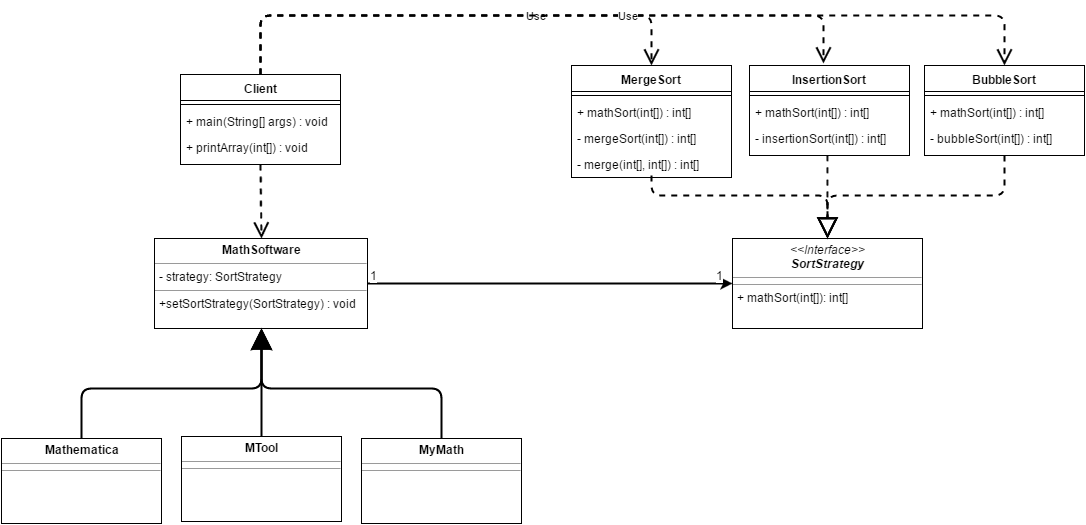
Before: uml_diagram.png, a diagram exported from draw.io (shihrer/esof322.hw2). Source tidied: cells renumbered, new cells last; positions are measured from the earlier drawing's top-left corner, leaving out a move shared by most shapes.
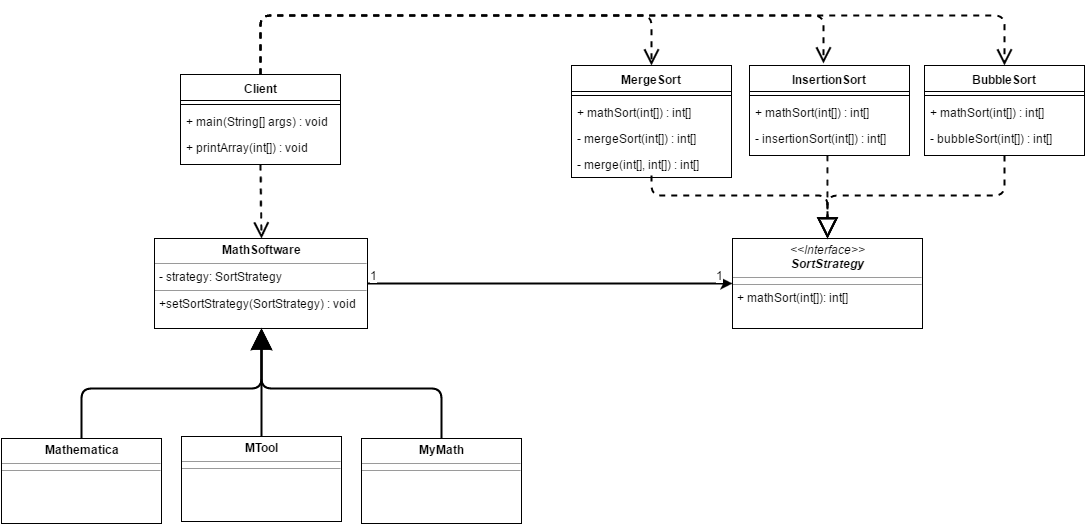
Above is the later version.

Commit message:
Fixed error in UML

The edit, as a diff of the source:
```diff
@@ -127,8 +127,8 @@
         </Array>
       </mxGeometry>
     </mxCell>
-    <mxCell id="35" value="Use" style="endArrow=open;endSize=12;dashed=1;html=1;shadow=0;strokeColor=#000000;strokeWidth=2;entryX=0.463;entryY=-0.022;entryPerimeter=0;exitX=0.5;exitY=0;" parent="1" edge="1" source="10" target="23">
-      <mxGeometry relative="1" as="geometry">
+    <mxCell id="35" style="endArrow=open;endSize=12;dashed=1;html=1;shadow=0;strokeColor=#000000;strokeWidth=2;entryX=0.463;entryY=-0.022;entryPerimeter=0;exitX=0.5;exitY=0;" parent="1" edge="1" source="10" target="23">
+      <mxGeometry y="-48" relative="1" as="geometry">
         <Array as="points">
           <mxPoint x="259" />
           <mxPoint x="396" />
@@ -137,8 +137,8 @@
         </Array>
       </mxGeometry>
     </mxCell>
-    <mxCell id="36" value="Use" style="endArrow=open;endSize=12;dashed=1;html=1;shadow=0;strokeColor=#000000;strokeWidth=2;exitX=0.5;exitY=0;entryX=0.5;entryY=0;" parent="1" edge="1" source="10" target="27">
-      <mxGeometry relative="1" as="geometry">
+    <mxCell id="36" style="endArrow=open;endSize=12;dashed=1;html=1;shadow=0;strokeColor=#000000;strokeWidth=2;exitX=0.5;exitY=0;entryX=0.5;entryY=0;" parent="1" edge="1" source="10" target="27">
+      <mxGeometry y="30" relative="1" as="geometry">
         <Array as="points">
           <mxPoint x="259" />
           <mxPoint x="386" />
```
